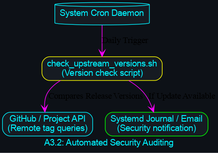
The Graphviz diagram diagrams/compilations/future_automated_auditing.png in danindiana/hybrid-framework, before a commit. Its source is kept beside it as diagrams/compilations/future_automated_auditing.dot.
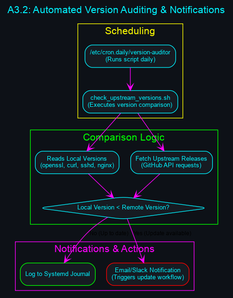
After the commit.

Diff of the diagram source:
```diff
@@ -1,14 +1,39 @@
 digraph FutureAudit {
-        graph [bgcolor="#0d1117", fontname="Helvetica", fontcolor="#00f2ff", label="A3.2: Automated Security Auditing"];
-        node [shape=box, style="filled,rounded", color="#00f2ff", fontcolor="#00f2ff", fillcolor="#161b22", fontname="Helvetica"];
-        edge [color="#ff00ff", arrowhead=vee];
+        graph [bgcolor="#0d1117", fontname="Helvetica", fontcolor="#00f2ff", label="A3.2: Automated Version Auditing & Notifications", labelloc="t", fontsize=16];
+        node [shape=box, style="filled,rounded", color="#00f2ff", fontcolor="#00f2ff", fillcolor="#161b22", fontname="Helvetica", fontsize=10];
+        edge [color="#ff00ff", arrowhead=vee, fontname="Helvetica", fontsize=9];
 
-        Cron_Job [label="System Cron Daemon", shape=cylinder];
-        Auditor_Script [label="check_upstream_versions.sh\n(Version check script)", color="#ffff00"];
-        Git_API [label="GitHub / Project API\n(Remote tag queries)"];
-        Syslog_Alert [label="Systemd Journal / Email\n(Security notification)", color="#00ff00"];
+        subgraph cluster_audit_trigger {
+            label = "Scheduling";
+            color = "#ffff00";
+            fontcolor = "#ffff00";
+            Cron_Config [label="/etc/cron.daily/version-auditor\n(Runs script daily)"];
+            Auditor_Script [label="check_upstream_versions.sh\n(Executes version comparison)", color="#00f2ff"];
+            Cron_Config -> Auditor_Script;
+        }
 
-        Cron_Job -> Auditor_Script [label="Daily Trigger"];
-        Auditor_Script -> Git_API [label="Compares Release Versions"];
-        Auditor_Script -> Syslog_Alert [label="If Update Available"];
+        subgraph cluster_audit_compares {
+            label = "Comparison Logic";
+            color = "#00ff00";
+            fontcolor = "#00ff00";
+            Local_Binaries [label="Reads Local Versions\n(openssl, curl, sshd, nginx)"];
+            GitHub_Releases [label="Fetch Upstream Releases\n(GitHub API requests)"];
+            Logic_Compare [label="Local Version < Remote Version?", shape=diamond];
+
+            Auditor_Script -> Local_Binaries;
+            Auditor_Script -> GitHub_Releases;
+            Local_Binaries -> Logic_Compare;
+            GitHub_Releases -> Logic_Compare;
+        }
+
+        subgraph cluster_audit_actions {
+            label = "Notifications & Actions";
+            color = "#ff00ff";
+            fontcolor = "#ff00ff";
+            Syslog_Msg [label="Log to Systemd Journal", color="#00ff00"];
+            Admin_Alert [label="Email/Slack Notification\n(Triggers update workflow)", color="#ff0000"];
+
+            Logic_Compare -> Syslog_Msg [label="No (Up to date)"];
+            Logic_Compare -> Admin_Alert [label="Yes (Update available)"];
+        }
     }
```
